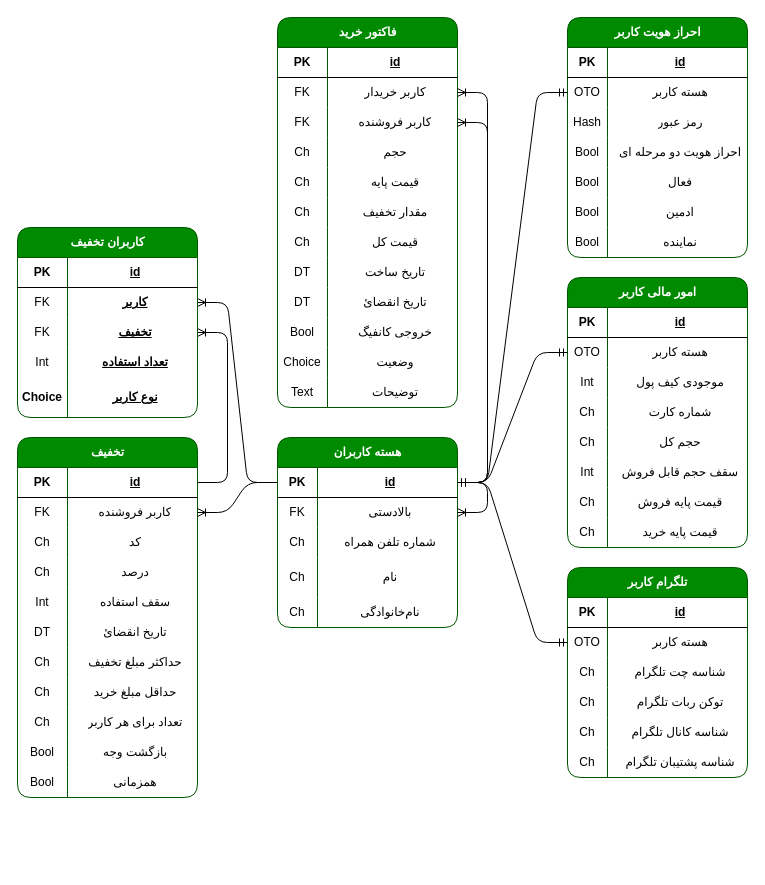
The draw.io diagram DBMap.drawio in rasraz/representative_panel, before the edit. Source tidied: cells renumbered, new cells numbered last; positions are measured from the earlier drawing's top-left corner, leaving out a move shared by most shapes. Both pictures are drawn from the tidied source at 100%, with x=0, y=0 at pixel (17, 17).
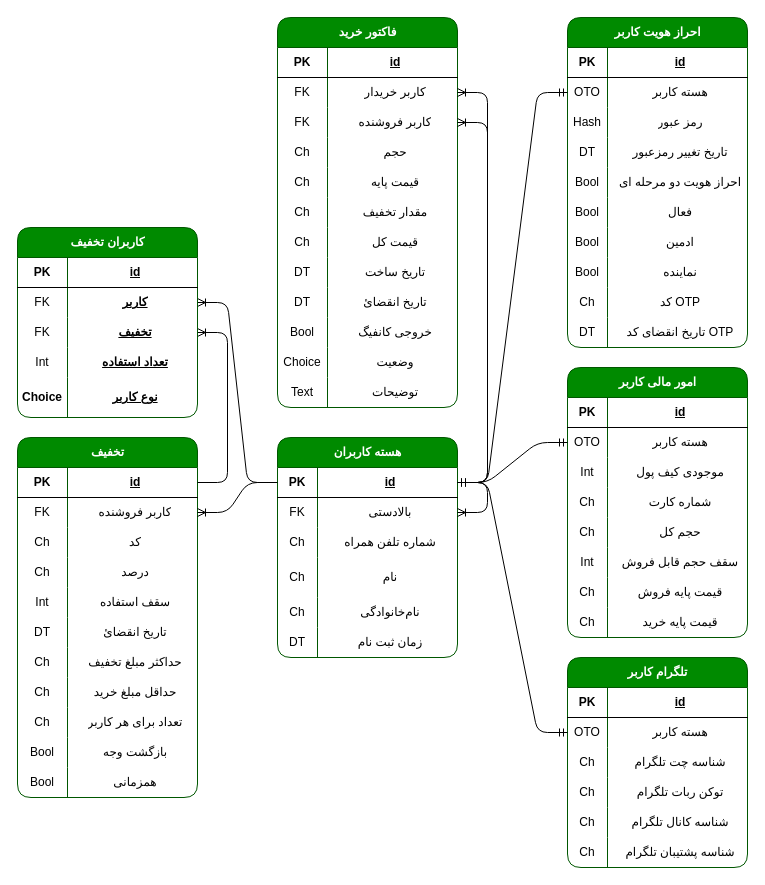
Above is the later version.

The edit, as a diff of the source:
```diff
@@
     <mxCell id="76" value="هسته کاربران" style="shape=table;startSize=30;childLayout=tableLayout;rowLines=0;fontStyle=1;align=center;html=1;rounded=1;fillColor=#008a00;fontColor=#ffffff;strokeColor=#005700;swimlaneFillColor=default;" parent="1" vertex="1">
-      <mxGeometry x="260" y="420" width="180" height="190" as="geometry" />
+      <mxGeometry x="260" y="420" width="180" height="220" as="geometry" />
     </mxCell>
@@
+    <mxCell id="180" style="shape=tableRow;horizontal=0;startSize=0;swimlaneHead=0;swimlaneBody=0;fillColor=none;top=0;left=0;right=0;bottom=0;swimlaneFillColor=default;" parent="76" vertex="1">
+      <mxGeometry y="190" width="180" height="30" as="geometry" />
+    </mxCell>
+    <mxCell id="181" value="DT" style="shape=partialRectangle;fillColor=none;top=0;left=0;bottom=0;right=0;overflow=hidden;whiteSpace=wrap;html=1;swimlaneFillColor=default;" parent="180" vertex="1">
+      <mxGeometry width="40" height="30" as="geometry" />
+    </mxCell>
+    <mxCell id="182" value="زمان ثبت نام" style="shape=partialRectangle;fillColor=none;top=0;left=0;bottom=0;right=0;align=center;spacingLeft=6;overflow=hidden;whiteSpace=wrap;html=1;swimlaneFillColor=default;" parent="180" vertex="1">
+      <mxGeometry x="40" width="140" height="30" as="geometry" />
+    </mxCell>
@@
     <mxCell id="93" value="احراز هویت کاربر" style="shape=table;startSize=30;childLayout=tableLayout;rowLines=0;fontStyle=1;align=center;html=1;rounded=1;fillColor=#008a00;fontColor=#ffffff;strokeColor=#005700;swimlaneFillColor=default;" parent="1" vertex="1">
-      <mxGeometry x="550" width="180" height="240" as="geometry" />
+      <mxGeometry x="550" width="180" height="330" as="geometry" />
     </mxCell>
@@
+    <mxCell id="183" style="shape=tableRow;horizontal=0;startSize=0;swimlaneHead=0;swimlaneBody=0;fillColor=none;top=0;left=0;right=0;bottom=0;swimlaneFillColor=default;" parent="93" vertex="1">
+      <mxGeometry y="120" width="180" height="30" as="geometry" />
+    </mxCell>
+    <mxCell id="184" value="DT" style="shape=partialRectangle;fillColor=none;top=0;left=0;bottom=0;right=0;overflow=hidden;whiteSpace=wrap;html=1;swimlaneFillColor=default;" parent="183" vertex="1">
+      <mxGeometry width="40" height="30" as="geometry" />
+    </mxCell>
+    <mxCell id="185" value="تاریخ تغییر رمزعبور" style="shape=partialRectangle;fillColor=none;top=0;left=0;bottom=0;right=0;align=center;spacingLeft=6;overflow=hidden;whiteSpace=wrap;html=1;swimlaneFillColor=default;" parent="183" vertex="1">
+      <mxGeometry x="40" width="140" height="30" as="geometry" />
+    </mxCell>
     <mxCell id="103" style="shape=tableRow;horizontal=0;startSize=0;swimlaneHead=0;swimlaneBody=0;fillColor=none;top=0;left=0;right=0;bottom=0;swimlaneFillColor=default;" parent="93" vertex="1">
-      <mxGeometry y="120" width="180" height="30" as="geometry" />
+      <mxGeometry y="150" width="180" height="30" as="geometry" />
     </mxCell>
@@
     <mxCell id="106" style="shape=tableRow;horizontal=0;startSize=0;swimlaneHead=0;swimlaneBody=0;fillColor=none;top=0;left=0;right=0;bottom=0;swimlaneFillColor=default;" parent="93" vertex="1">
-      <mxGeometry y="150" width="180" height="30" as="geometry" />
+      <mxGeometry y="180" width="180" height="30" as="geometry" />
     </mxCell>
@@
     <mxCell id="109" style="shape=tableRow;horizontal=0;startSize=0;swimlaneHead=0;swimlaneBody=0;fillColor=none;top=0;left=0;right=0;bottom=0;swimlaneFillColor=default;" parent="93" vertex="1">
-      <mxGeometry y="180" width="180" height="30" as="geometry" />
+      <mxGeometry y="210" width="180" height="30" as="geometry" />
     </mxCell>
@@
     <mxCell id="112" style="shape=tableRow;horizontal=0;startSize=0;swimlaneHead=0;swimlaneBody=0;fillColor=none;top=0;left=0;right=0;bottom=0;swimlaneFillColor=default;" parent="93" vertex="1">
-      <mxGeometry y="210" width="180" height="30" as="geometry" />
+      <mxGeometry y="240" width="180" height="30" as="geometry" />
     </mxCell>
@@
+    <mxCell id="186" style="shape=tableRow;horizontal=0;startSize=0;swimlaneHead=0;swimlaneBody=0;fillColor=none;top=0;left=0;right=0;bottom=0;swimlaneFillColor=default;" parent="93" vertex="1">
+      <mxGeometry y="270" width="180" height="30" as="geometry" />
+    </mxCell>
+    <mxCell id="187" value="Ch" style="shape=partialRectangle;fillColor=none;top=0;left=0;bottom=0;right=0;overflow=hidden;whiteSpace=wrap;html=1;swimlaneFillColor=default;" parent="186" vertex="1">
+      <mxGeometry width="40" height="30" as="geometry" />
+    </mxCell>
+    <mxCell id="188" value="کد OTP" style="shape=partialRectangle;fillColor=none;top=0;left=0;bottom=0;right=0;align=center;spacingLeft=6;overflow=hidden;whiteSpace=wrap;html=1;swimlaneFillColor=default;" parent="186" vertex="1">
+      <mxGeometry x="40" width="140" height="30" as="geometry" />
+    </mxCell>
+    <mxCell id="189" style="shape=tableRow;horizontal=0;startSize=0;swimlaneHead=0;swimlaneBody=0;fillColor=none;top=0;left=0;right=0;bottom=0;swimlaneFillColor=default;" parent="93" vertex="1">
+      <mxGeometry y="300" width="180" height="30" as="geometry" />
+    </mxCell>
+    <mxCell id="190" value="DT" style="shape=partialRectangle;fillColor=none;top=0;left=0;bottom=0;right=0;overflow=hidden;whiteSpace=wrap;html=1;swimlaneFillColor=default;" parent="189" vertex="1">
+      <mxGeometry width="40" height="30" as="geometry" />
+    </mxCell>
+    <mxCell id="191" value="تاریخ انقضای کد OTP" style="shape=partialRectangle;fillColor=none;top=0;left=0;bottom=0;right=0;align=center;spacingLeft=6;overflow=hidden;whiteSpace=wrap;html=1;swimlaneFillColor=default;" parent="189" vertex="1">
+      <mxGeometry x="40" width="140" height="30" as="geometry" />
+    </mxCell>
     <mxCell id="115" value="امور مالی کاربر" style="shape=table;startSize=30;childLayout=tableLayout;rowLines=0;fontStyle=1;align=center;html=1;rounded=1;fillColor=#008a00;fontColor=#ffffff;strokeColor=#005700;swimlaneFillColor=default;" parent="1" vertex="1">
-      <mxGeometry x="550" y="260" width="180" height="270" as="geometry" />
+      <mxGeometry x="550" y="350" width="180" height="270" as="geometry" />
     </mxCell>
@@
     <mxCell id="140" value="تلگرام کاربر" style="shape=table;startSize=30;childLayout=tableLayout;rowLines=0;fontStyle=1;align=center;html=1;rounded=1;fillColor=#008a00;fontColor=#ffffff;strokeColor=#005700;swimlaneFillColor=default;" parent="1" vertex="1">
-      <mxGeometry x="550" y="550" width="180" height="210" as="geometry" />
+      <mxGeometry x="550" y="640" width="180" height="210" as="geometry" />
     </mxCell>
```
